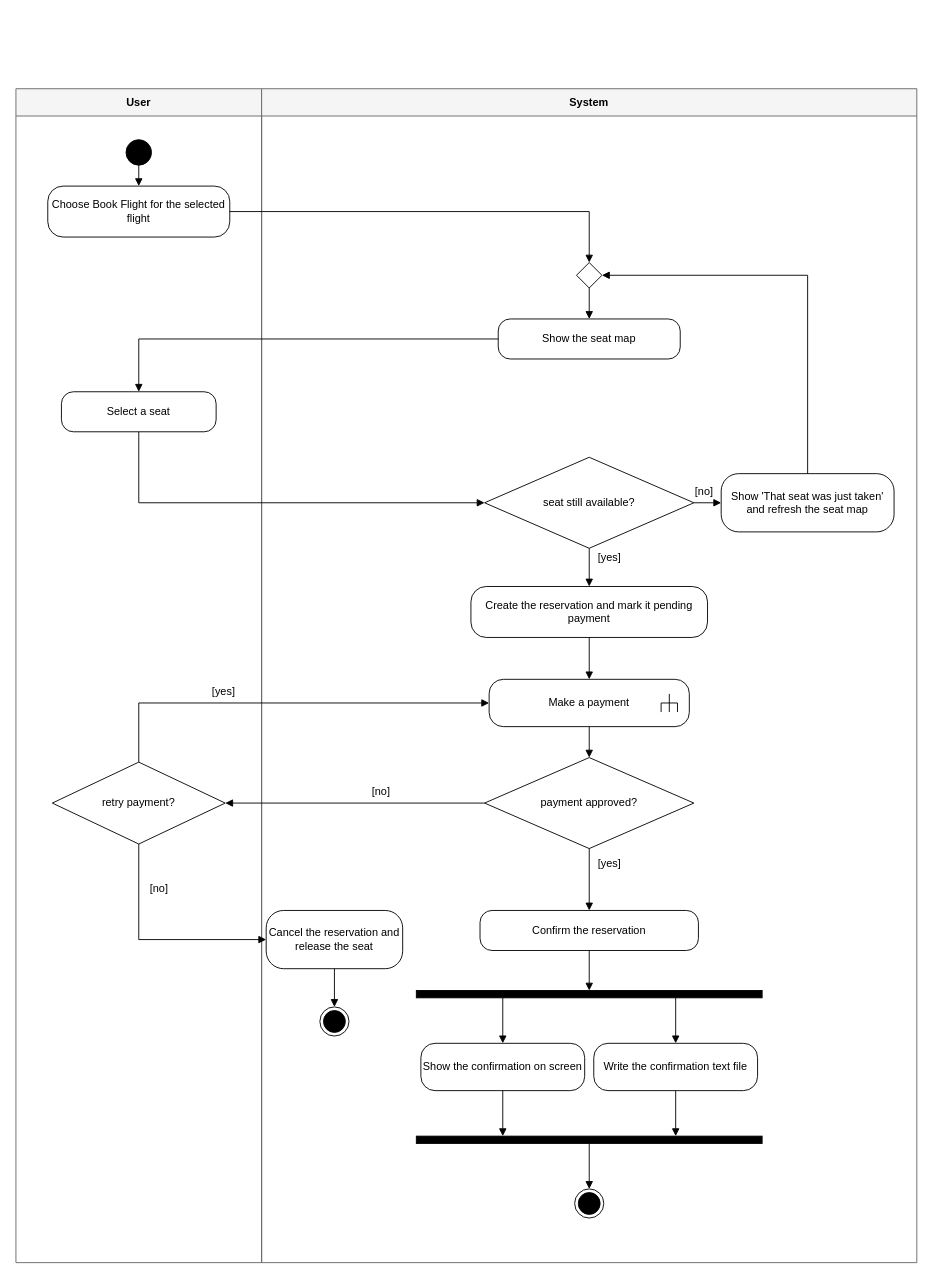
This is docs/diagrams/src/22-activity-book-flight.drawio from satyambhanot/ChinookAir, a draw.io file, before an edit. Source tidied: cells renumbered, new cells numbered last; positions are measured from the earlier drawing's top-left corner, leaving out a move shared by most shapes. Both pictures are drawn from the tidied source at 91%, with x=0, y=0 at pixel (15, 88).
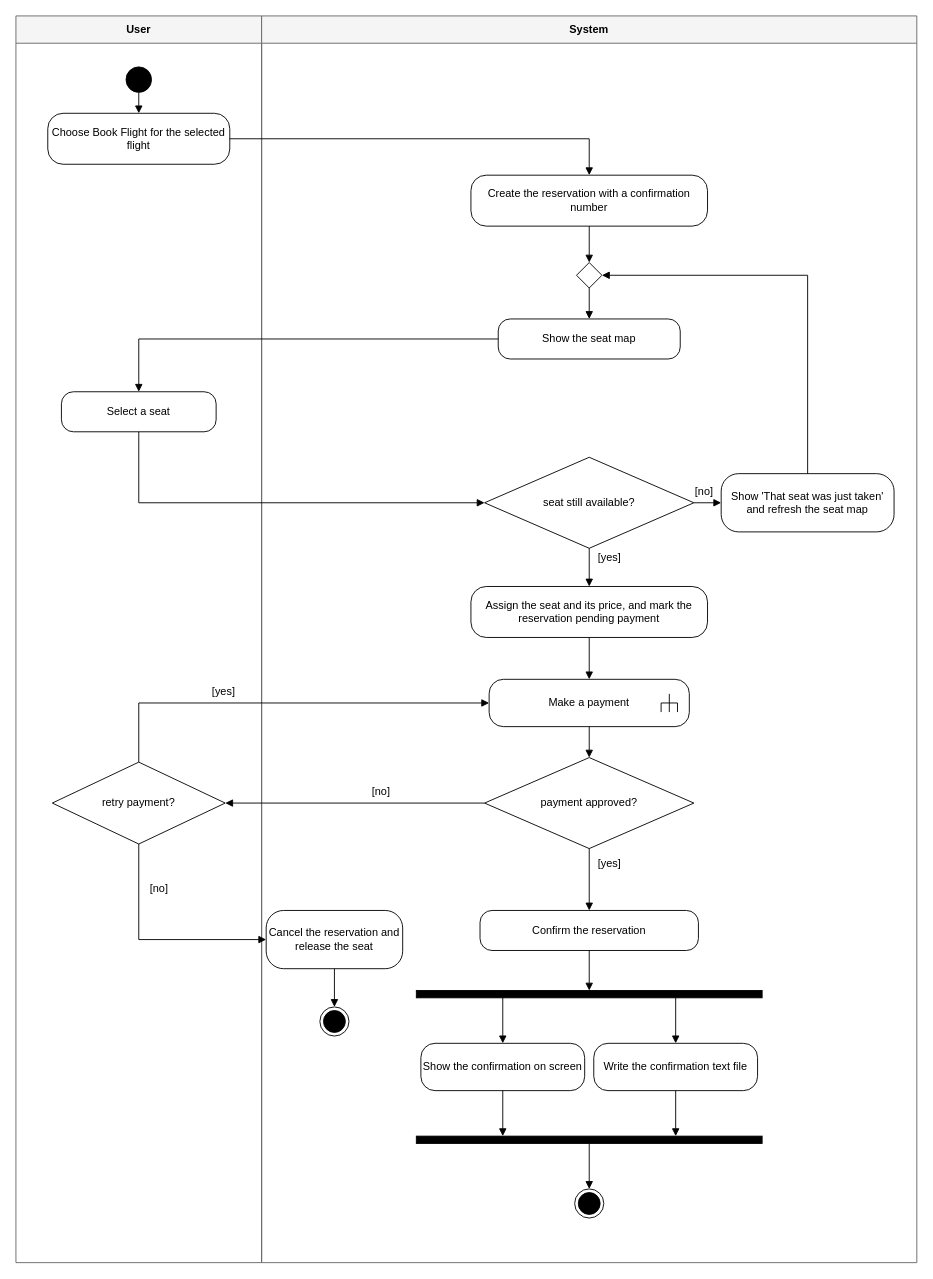
Above is the later version.

Unchanged cells that the change refers to:
```xml
<mxCell id="6" style="rhombus;whiteSpace=wrap;html=1;fillColor=#ffffff;strokeColor=#000000;fontFamily=Helvetica;fontSize=12;" parent="1" vertex="1">
  <mxGeometry x="616" y="191" width="28" height="28" as="geometry" />
</mxCell>
```

What changed in the source:
```diff
@@
     <mxCell id="2" value="User" style="swimlane;horizontal=1;startSize=30;whiteSpace=wrap;html=1;fontStyle=1;fillColor=#f5f5f5;strokeColor=#666666;fontFamily=Helvetica;fontSize=12;" parent="1" vertex="1">
-      <mxGeometry width="270" height="1290" as="geometry" />
+      <mxGeometry y="-80" width="270" height="1370" as="geometry" />
     </mxCell>
     <mxCell id="3" value="System" style="swimlane;horizontal=1;startSize=30;whiteSpace=wrap;html=1;fontStyle=1;fillColor=#f5f5f5;strokeColor=#666666;fontFamily=Helvetica;fontSize=12;" parent="1" vertex="1">
-      <mxGeometry x="270" width="720" height="1290" as="geometry" />
+      <mxGeometry x="270" y="-80" width="720" height="1370" as="geometry" />
     </mxCell>
     <mxCell id="4" style="ellipse;html=1;fillColor=#000000;strokeColor=#000000;fontFamily=Helvetica;fontSize=12;" parent="1" vertex="1">
-      <mxGeometry x="121" y="56" width="28" height="28" as="geometry" />
+      <mxGeometry x="121" y="-24" width="28" height="28" as="geometry" />
     </mxCell>
     <mxCell id="5" value="Choose Book Flight for the selected flight" style="rounded=1;arcSize=30;whiteSpace=wrap;html=1;fillColor=#ffffff;strokeColor=#000000;fontFamily=Helvetica;fontSize=12;" parent="1" vertex="1">
-      <mxGeometry x="35" y="107" width="200" height="56" as="geometry" />
+      <mxGeometry x="35" y="27" width="200" height="56" as="geometry" />
     </mxCell>
@@
-    <mxCell id="11" value="Create the reservation and mark it pending payment" style="rounded=1;arcSize=30;whiteSpace=wrap;html=1;fillColor=#ffffff;strokeColor=#000000;fontFamily=Helvetica;fontSize=12;" parent="1" vertex="1">
+    <mxCell id="11" value="Assign the seat and its price, and mark the reservation pending payment" style="rounded=1;arcSize=30;whiteSpace=wrap;html=1;fillColor=#ffffff;strokeColor=#000000;fontFamily=Helvetica;fontSize=12;" parent="1" vertex="1">
       <mxGeometry x="500" y="547" width="260" height="56" as="geometry" />
     </mxCell>
@@
-    <mxCell id="28" style="html=1;rounded=0;endArrow=block;endFill=1;exitX=1.0000;exitY=0.5000;exitDx=0;exitDy=0;entryX=0.5000;entryY=0.0000;entryDx=0;entryDy=0;labelBackgroundColor=#ffffff;fontFamily=Helvetica;fontSize=12;" parent="1" edge="1" source="5" target="6">
+    <mxCell id="28" style="html=1;rounded=0;endArrow=block;endFill=1;exitX=1.0000;exitY=0.5000;exitDx=0;exitDy=0;entryX=0.5000;entryY=0.0000;entryDx=0;entryDy=0;labelBackgroundColor=#ffffff;fontFamily=Helvetica;fontSize=12;" parent="1" edge="1" source="5" target="48">
       <mxGeometry x="-0.5" relative="1" as="geometry">
         <Array as="points">
-          <mxPoint x="630" y="135" />
+          <mxPoint x="630" y="55" />
         </Array>
         <mxPoint y="-12" as="offset" />
       </mxGeometry>
     </mxCell>
+    <mxCell id="48" value="Create the reservation with a confirmation number" style="rounded=1;arcSize=30;whiteSpace=wrap;html=1;fillColor=#ffffff;strokeColor=#000000;fontFamily=Helvetica;fontSize=12;" parent="1" vertex="1">
+      <mxGeometry x="500" y="95" width="260" height="56" as="geometry" />
+    </mxCell>
+    <mxCell id="49" style="html=1;rounded=0;endArrow=block;endFill=1;exitX=0.5000;exitY=1.0000;exitDx=0;exitDy=0;entryX=0.5000;entryY=0.0000;entryDx=0;entryDy=0;labelBackgroundColor=#ffffff;fontFamily=Helvetica;fontSize=12;" parent="1" edge="1" source="48" target="6">
+      <mxGeometry x="-0.5" relative="1" as="geometry">
+        <mxPoint y="-12" as="offset" />
+      </mxGeometry>
+    </mxCell>
```
